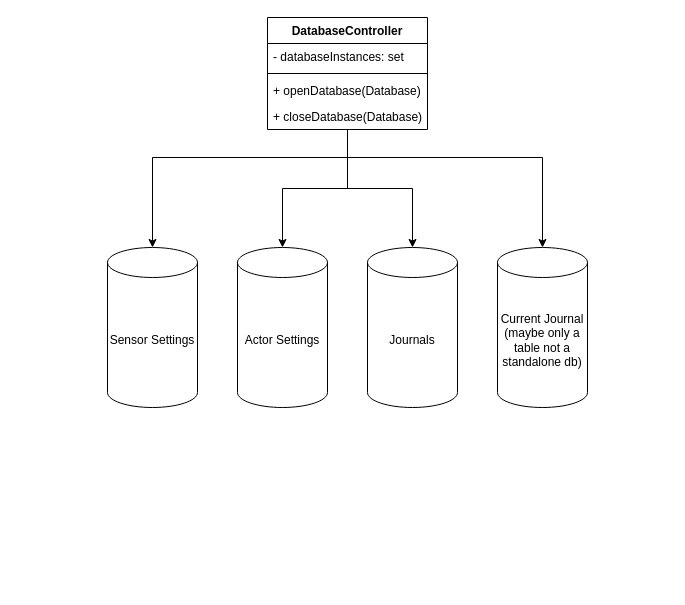
Before: page "Component-Diagram" (1 of 2) of Database/Architecture/Database-architecture.drawio in Uhgtred/OpenGreenHouse, a draw.io diagram. Source tidied: cells renumbered, new cells numbered last; positions are measured from the earlier drawing's top-left corner, leaving out a move shared by most shapes. Both pictures are drawn from the tidied source at 100%, with x=0, y=0 at pixel (107, 17).
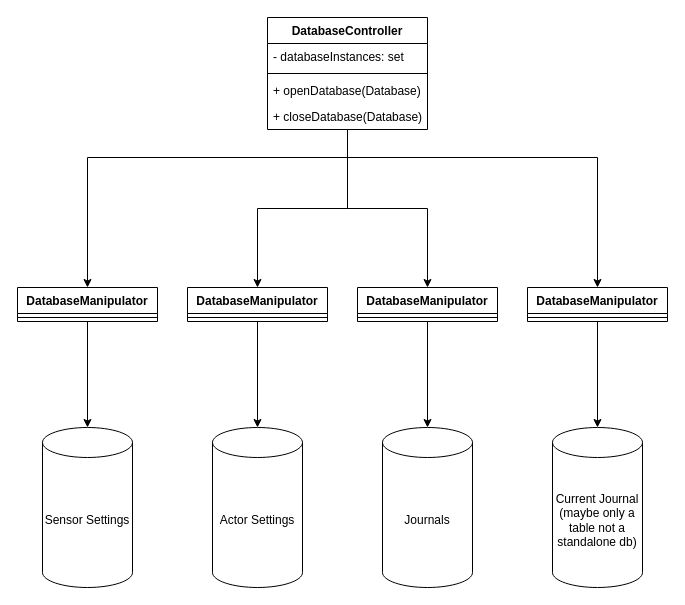
Above is the later version.

The change refers to these unchanged cells:
```xml
<mxCell id="10" value="DatabaseController" style="swimlane;fontStyle=1;align=center;verticalAlign=top;horizontal=1;startSize=26;" parent="1" vertex="1">
  <mxGeometry x="160" width="160" height="112" as="geometry" />
</mxCell>
```

The edit, as a diff of the source:
```diff
@@
     <mxCell id="2" value="Sensor Settings" style="shape=cylinder3;whiteSpace=wrap;html=1;boundedLbl=1;backgroundOutline=1;size=15;" parent="1" vertex="1">
-      <mxGeometry y="230" width="90" height="160" as="geometry" />
+      <mxGeometry x="-65" y="410" width="90" height="160" as="geometry" />
     </mxCell>
     <mxCell id="3" value="Actor Settings" style="shape=cylinder3;whiteSpace=wrap;html=1;boundedLbl=1;backgroundOutline=1;size=15;" parent="1" vertex="1">
-      <mxGeometry x="130" y="230" width="90" height="160" as="geometry" />
+      <mxGeometry x="105" y="410" width="90" height="160" as="geometry" />
     </mxCell>
     <mxCell id="4" value="Journals" style="shape=cylinder3;whiteSpace=wrap;html=1;boundedLbl=1;backgroundOutline=1;size=15;" parent="1" vertex="1">
-      <mxGeometry x="260" y="230" width="90" height="160" as="geometry" />
+      <mxGeometry x="275" y="410" width="90" height="160" as="geometry" />
     </mxCell>
     <mxCell id="5" value="Current Journal (maybe only a table not a standalone db)" style="shape=cylinder3;whiteSpace=wrap;html=1;boundedLbl=1;backgroundOutline=1;size=15;" parent="1" vertex="1">
-      <mxGeometry x="390" y="230" width="90" height="160" as="geometry" />
+      <mxGeometry x="445" y="410" width="90" height="160" as="geometry" />
     </mxCell>
-    <mxCell id="6" style="edgeStyle=orthogonalEdgeStyle;rounded=0;jettySize=auto;html=1;" parent="1" edge="1" source="10" target="2">
+    <mxCell id="6" style="edgeStyle=orthogonalEdgeStyle;rounded=0;jettySize=auto;html=1;entryX=0.5;entryY=0;entryDx=0;entryDy=0;" parent="1" edge="1" source="10" target="20">
       <mxGeometry relative="1" as="geometry">
         <Array as="points">
           <mxPoint x="240" y="140" />
-          <mxPoint x="45" y="140" />
+          <mxPoint x="-20" y="140" />
         </Array>
       </mxGeometry>
     </mxCell>
-    <mxCell id="7" style="edgeStyle=orthogonalEdgeStyle;rounded=0;jettySize=auto;html=1;" parent="1" edge="1" source="10" target="3">
+    <mxCell id="7" style="edgeStyle=orthogonalEdgeStyle;rounded=0;jettySize=auto;html=1;entryX=0.5;entryY=0;entryDx=0;entryDy=0;entryPerimeter=0;" parent="1" edge="1" source="23" target="3">
       <mxGeometry relative="1" as="geometry" />
     </mxCell>
-    <mxCell id="8" style="edgeStyle=orthogonalEdgeStyle;rounded=0;jettySize=auto;html=1;" parent="1" edge="1" source="10" target="4">
+    <mxCell id="8" style="edgeStyle=orthogonalEdgeStyle;rounded=0;jettySize=auto;html=1;entryX=0.5;entryY=0;entryDx=0;entryDy=0;" parent="1" edge="1" source="10" target="18">
       <mxGeometry relative="1" as="geometry" />
     </mxCell>
-    <mxCell id="9" style="edgeStyle=orthogonalEdgeStyle;rounded=0;jettySize=auto;html=1;" parent="1" edge="1" source="10" target="5">
+    <mxCell id="9" style="edgeStyle=orthogonalEdgeStyle;rounded=0;jettySize=auto;html=1;entryX=0.5;entryY=0;entryDx=0;entryDy=0;" parent="1" edge="1" source="10" target="15">
       <mxGeometry relative="1" as="geometry">
         <Array as="points">
           <mxPoint x="240" y="140" />
-          <mxPoint x="435" y="140" />
+          <mxPoint x="490" y="140" />
         </Array>
       </mxGeometry>
     </mxCell>
@@
+    <mxCell id="15" value="DatabaseManipulator" style="swimlane;fontStyle=1;align=center;verticalAlign=top;horizontal=1;startSize=26;whiteSpace=wrap;html=1;" parent="1" vertex="1">
+      <mxGeometry x="420" y="270" width="140" height="34" as="geometry" />
+    </mxCell>
+    <mxCell id="16" style="line;strokeWidth=1;fillColor=none;align=left;verticalAlign=middle;spacingTop=-1;spacingLeft=3;spacingRight=3;labelPosition=right;strokeColor=inherit;" parent="15" vertex="1">
+      <mxGeometry y="26" width="140" height="8" as="geometry" />
+    </mxCell>
+    <mxCell id="17" style="edgeStyle=orthogonalEdgeStyle;rounded=0;jettySize=auto;html=1;entryX=0.5;entryY=0;entryDx=0;entryDy=0;entryPerimeter=0;" parent="1" edge="1" source="15" target="5">
+      <mxGeometry relative="1" as="geometry" />
+    </mxCell>
+    <mxCell id="18" value="DatabaseManipulator" style="swimlane;fontStyle=1;align=center;verticalAlign=top;horizontal=1;startSize=26;whiteSpace=wrap;html=1;" parent="1" vertex="1">
+      <mxGeometry x="250" y="270" width="140" height="34" as="geometry" />
+    </mxCell>
+    <mxCell id="19" style="line;strokeWidth=1;fillColor=none;align=left;verticalAlign=middle;spacingTop=-1;spacingLeft=3;spacingRight=3;labelPosition=right;strokeColor=inherit;" parent="18" vertex="1">
+      <mxGeometry y="26" width="140" height="8" as="geometry" />
+    </mxCell>
+    <mxCell id="20" value="DatabaseManipulator" style="swimlane;fontStyle=1;align=center;verticalAlign=top;horizontal=1;startSize=26;whiteSpace=wrap;html=1;" parent="1" vertex="1">
+      <mxGeometry x="-90" y="270" width="140" height="34" as="geometry" />
+    </mxCell>
+    <mxCell id="21" style="line;strokeWidth=1;fillColor=none;align=left;verticalAlign=middle;spacingTop=-1;spacingLeft=3;spacingRight=3;labelPosition=right;strokeColor=inherit;" parent="20" vertex="1">
+      <mxGeometry y="26" width="140" height="8" as="geometry" />
+    </mxCell>
+    <mxCell id="22" style="edgeStyle=orthogonalEdgeStyle;rounded=0;jettySize=auto;html=1;" parent="1" edge="1" source="10" target="23">
+      <mxGeometry relative="1" as="geometry" />
+    </mxCell>
+    <mxCell id="23" value="DatabaseManipulator" style="swimlane;fontStyle=1;align=center;verticalAlign=top;horizontal=1;startSize=26;whiteSpace=wrap;html=1;" parent="1" vertex="1">
+      <mxGeometry x="80" y="270" width="140" height="34" as="geometry" />
+    </mxCell>
+    <mxCell id="24" style="line;strokeWidth=1;fillColor=none;align=left;verticalAlign=middle;spacingTop=-1;spacingLeft=3;spacingRight=3;labelPosition=right;strokeColor=inherit;" parent="23" vertex="1">
+      <mxGeometry y="26" width="140" height="8" as="geometry" />
+    </mxCell>
+    <mxCell id="25" style="edgeStyle=orthogonalEdgeStyle;rounded=0;jettySize=auto;html=1;entryX=0.5;entryY=0;entryDx=0;entryDy=0;entryPerimeter=0;" parent="1" edge="1" source="18" target="4">
+      <mxGeometry relative="1" as="geometry" />
+    </mxCell>
+    <mxCell id="26" style="edgeStyle=orthogonalEdgeStyle;rounded=0;jettySize=auto;html=1;entryX=0.5;entryY=0;entryDx=0;entryDy=0;entryPerimeter=0;" parent="1" edge="1" source="20" target="2">
+      <mxGeometry relative="1" as="geometry" />
+    </mxCell>
```
